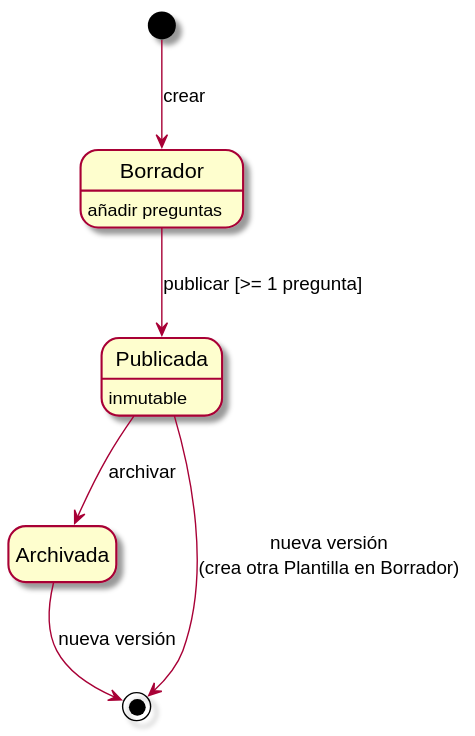
This is images/RUP/00-modelo-del-dominio/estados-entidades/plantilla.svg from mmasias/pyPULSO, a PlantUML export, as it was before one commit.
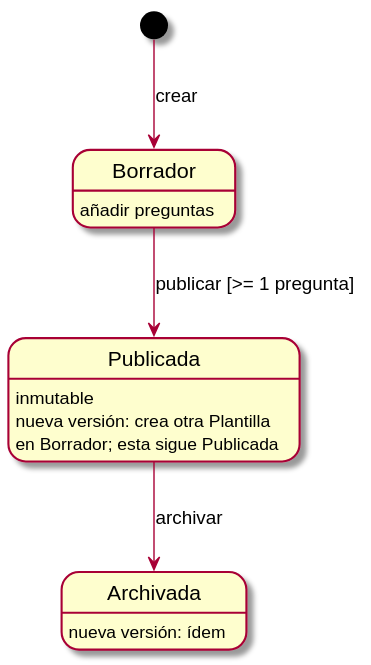
After the commit.

What changed in the source:
```diff
@@ -5,6 +5,6 @@
 Borrador --> Publicada : publicar [>= 1 pregunta]
 Publicada : inmutable
 Publicada --> Archivada : archivar
-Publicada --> [*] : nueva versión\n(crea otra Plantilla en Borrador)
-Archivada --> [*] : nueva versión
+Publicada : nueva versión: crea otra Plantilla\nen Borrador; esta sigue Publicada
+Archivada : nueva versión: ídem
 @enduml
```
